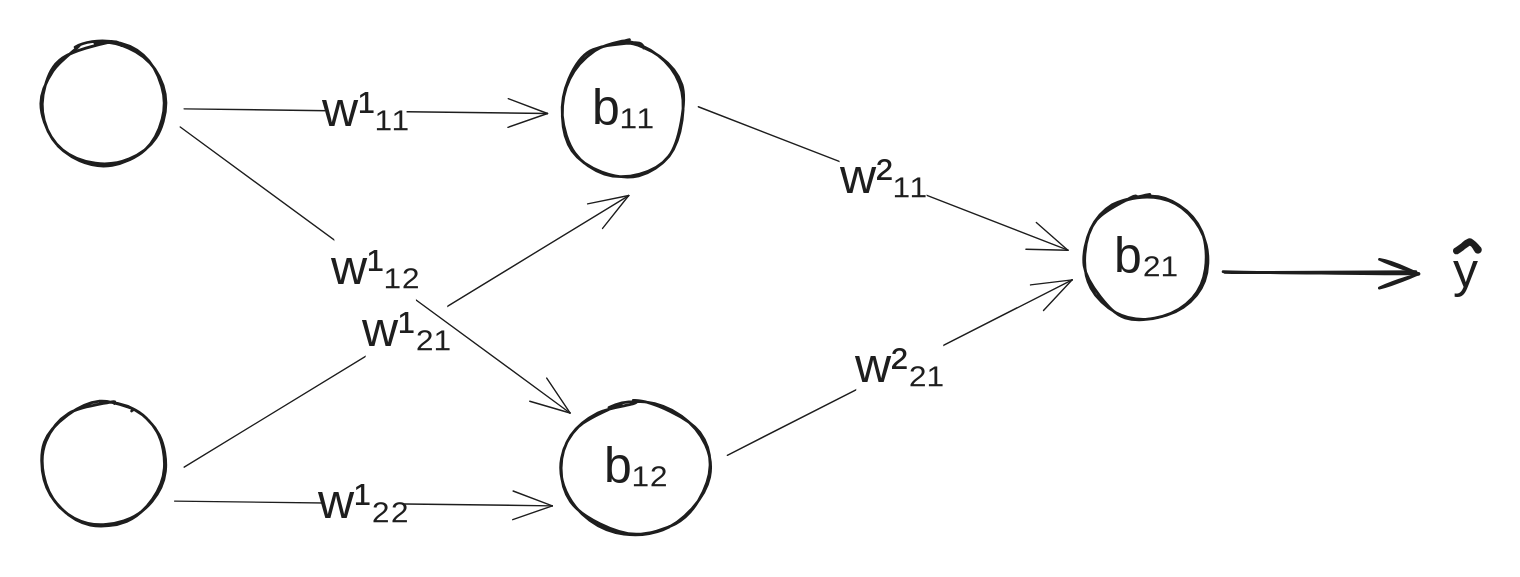
This is .gitbook/assets/file.excalidraw.svg from inclinedadarsh/deep-learning-notes, a Excalidraw export, as it was before one commit. Source tidied: one line per element, renumbered; positions are measured from the earlier drawing's top-left corner, leaving out a move shared by most shapes.
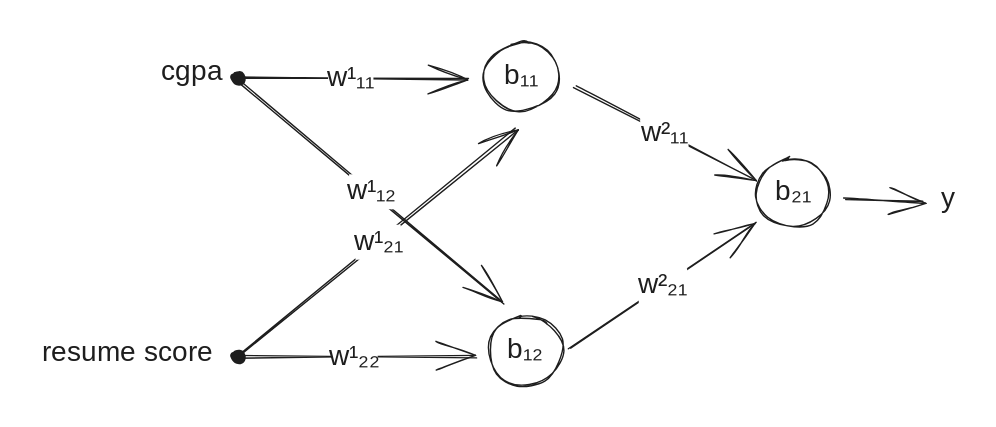
Above is the later version.

Change to the diagram source:
```diff
@@ -1,23 +1,24 @@
-{"id": 0, "type": "ellipse", "strokeColor": "#1e1e1e", "strokeWidth": 2, "roughness": 1, "round": true, "x": 0, "y": 0, "width": 88, "height": 88}
-{"id": 1, "type": "ellipse", "strokeColor": "#1e1e1e", "strokeWidth": 2, "roughness": 1, "round": true, "x": 0, "y": 257, "width": 88, "height": 88}
-{"id": 2, "type": "ellipse", "strokeColor": "#1e1e1e", "strokeWidth": 2, "roughness": 1, "round": true, "x": 371, "y": 0, "width": 88, "height": 96}
+{"id": 23, "type": "freedraw", "strokeColor": "#1e1e1e", "strokeWidth": 1, "roughness": 1, "x": -54, "y": -35, "width": 6, "height": 7, "points": [[0, 0], [0, 2], [1, 3], [2, 4], [3, 4], [5, 4], [6, 3], [6, 2], [6, 1], [6, -1], [6, -2], [5, -3], [4, -2], [0, 0]]}
+{"id": 24, "type": "freedraw", "strokeColor": "#1e1e1e", "strokeWidth": 1, "roughness": 1, "x": -54, "y": 164, "width": 6, "height": 7, "points": [[0, 0], [0, 2], [1, 3], [2, 4], [3, 4], [5, 4], [6, 3], [6, 2], [6, 1], [6, -1], [6, -2], [5, -3], [4, -2], [0, 0]]}
+{"id": 25, "type": "arrow", "strokeColor": "#1e1e1e", "strokeWidth": 1, "roughness": 1, "endArrowhead": "arrow", "round": true, "from": 35, "to": 27, "x": -54, "y": -34, "width": 167, "height": 1, "points": [[0, 0], [167, 1]]}
+{"id": 9, "type": "text", "text": "w¹₁₁", "strokeColor": "#1e1e1e", "strokeWidth": 1, "roughness": 1, "fontSize": 20, "fontFamily": 1, "textAlign": "center", "verticalAlign": "middle", "inside": 25, "x": 14, "y": -47, "width": 32, "height": 25}
+{"id": 26, "type": "arrow", "strokeColor": "#1e1e1e", "strokeWidth": 1, "roughness": 1, "endArrowhead": "arrow", "round": true, "from": 36, "to": 28, "x": -54, "y": 165, "width": 173, "height": 0, "points": [[0, 0], [173, 0]]}
+{"id": 15, "type": "text", "text": "w¹₂₂", "strokeColor": "#1e1e1e", "strokeWidth": 1, "roughness": 1, "fontSize": 20, "fontFamily": 1, "textAlign": "center", "verticalAlign": "middle", "inside": 26, "x": 17, "y": 152, "width": 32, "height": 25}
+{"id": 27, "type": "ellipse", "strokeColor": "#1e1e1e", "strokeWidth": 1, "roughness": 1, "round": true, "x": 125, "y": -60, "width": 53, "height": 49}
-{"id": 3, "type": "text", "text": "b₁₁", "strokeColor": "#1e1e1e", "strokeWidth": 2, "roughness": 1, "fontSize": 36, "fontFamily": 1, "textAlign": "center", "verticalAlign": "middle", "inside": 2, "x": 393, "y": 26, "width": 43, "height": 45}
+{"id": 3, "type": "text", "text": "b₁₁", "strokeColor": "#1e1e1e", "strokeWidth": 1, "roughness": 1, "fontSize": 20, "fontFamily": 1, "textAlign": "center", "verticalAlign": "middle", "inside": 27, "x": 140, "y": -48, "width": 24, "height": 25}
-{"id": 4, "type": "ellipse", "strokeColor": "#1e1e1e", "strokeWidth": 2, "roughness": 1, "round": true, "x": 371, "y": 257, "width": 106, "height": 94}
+{"id": 28, "type": "ellipse", "strokeColor": "#1e1e1e", "strokeWidth": 1, "roughness": 1, "round": true, "x": 128, "y": 136, "width": 53, "height": 49}
-{"id": 5, "type": "text", "text": "b₁₂", "strokeColor": "#1e1e1e", "strokeWidth": 2, "roughness": 1, "fontSize": 36, "fontFamily": 1, "textAlign": "center", "verticalAlign": "middle", "inside": 4, "x": 402, "y": 282, "width": 43, "height": 45}
+{"id": 5, "type": "text", "text": "b₁₂", "strokeColor": "#1e1e1e", "strokeWidth": 1, "roughness": 1, "fontSize": 20, "fontFamily": 1, "textAlign": "center", "verticalAlign": "middle", "inside": 28, "x": 143, "y": 148, "width": 24, "height": 25}
-{"id": 6, "type": "ellipse", "strokeColor": "#1e1e1e", "strokeWidth": 2, "roughness": 1, "round": true, "x": 745, "y": 110, "width": 88, "height": 88}
+{"id": 29, "type": "ellipse", "strokeColor": "#1e1e1e", "strokeWidth": 1, "roughness": 1, "round": true, "x": 319, "y": 23, "width": 53, "height": 49}
-{"id": 7, "type": "text", "text": "b₂₁", "strokeColor": "#1e1e1e", "strokeWidth": 2, "roughness": 1, "fontSize": 36, "fontFamily": 1, "textAlign": "center", "verticalAlign": "middle", "inside": 6, "x": 767, "y": 132, "width": 43, "height": 45}
+{"id": 7, "type": "text", "text": "b₂₁", "strokeColor": "#1e1e1e", "strokeWidth": 1, "roughness": 1, "fontSize": 20, "fontFamily": 1, "textAlign": "center", "verticalAlign": "middle", "inside": 29, "x": 334, "y": 35, "width": 24, "height": 25}
-{"id": 8, "type": "arrow", "strokeColor": "#1e1e1e", "strokeWidth": 1, "roughness": 0, "endArrowhead": "arrow", "round": true, "from": 0, "to": 2, "x": 102, "y": 48, "width": 260, "height": 3, "points": [[0, 0], [260, 3]]}
-{"id": 9, "type": "text", "text": "w¹₁₁", "strokeColor": "#1e1e1e", "strokeWidth": 2, "roughness": 1, "fontSize": 36, "fontFamily": 1, "textAlign": "center", "verticalAlign": "middle", "inside": 8, "x": 202, "y": 27, "width": 58, "height": 45}
-{"id": 10, "type": "arrow", "strokeColor": "#1e1e1e", "strokeWidth": 1, "roughness": 0, "endArrowhead": "arrow", "round": true, "from": 1, "to": 2, "x": 102, "y": 304, "width": 318, "height": 194, "points": [[0, 0], [318, -194]]}
+{"id": 30, "type": "arrow", "strokeColor": "#1e1e1e", "strokeWidth": 1, "roughness": 1, "endArrowhead": "arrow", "round": true, "from": 27, "to": 29, "x": 189, "y": -27, "width": 129, "height": 65, "points": [[0, 0], [129, 65]]}
+{"id": 17, "type": "text", "text": "w²₁₁", "strokeColor": "#1e1e1e", "strokeWidth": 1, "roughness": 1, "fontSize": 20, "fontFamily": 1, "textAlign": "center", "verticalAlign": "middle", "inside": 30, "x": 237, "y": -7, "width": 35, "height": 25}
+{"id": 31, "type": "arrow", "strokeColor": "#1e1e1e", "strokeWidth": 1, "roughness": 1, "endArrowhead": "arrow", "round": true, "from": 28, "to": 29, "x": 186, "y": 158, "width": 133, "height": 88, "points": [[0, 0], [133, -88]]}
+{"id": 19, "type": "text", "text": "w²₂₁", "strokeColor": "#1e1e1e", "strokeWidth": 1, "roughness": 1, "fontSize": 20, "fontFamily": 1, "textAlign": "center", "verticalAlign": "middle", "inside": 31, "x": 236, "y": 101, "width": 35, "height": 25}
+{"id": 32, "type": "arrow", "strokeColor": "#1e1e1e", "strokeWidth": 1, "roughness": 1, "endArrowhead": "arrow", "round": true, "from": 29, "to": 21, "x": 383, "y": 52, "width": 56, "height": 1, "points": [[0, 0], [56, 1]]}
+{"id": 33, "type": "arrow", "strokeColor": "#1e1e1e", "strokeWidth": 1, "roughness": 1, "endArrowhead": "arrow", "round": true, "from": 36, "to": 27, "x": -50, "y": 164, "width": 198, "height": 162, "points": [[0, 0], [198, -162]]}
-{"id": 11, "type": "text", "text": "w¹₂₁", "strokeColor": "#1e1e1e", "strokeWidth": 2, "roughness": 1, "fontSize": 36, "fontFamily": 1, "textAlign": "center", "verticalAlign": "middle", "inside": 10, "x": 231, "y": 184, "width": 58, "height": 45}
+{"id": 11, "type": "text", "text": "w¹₂₁", "strokeColor": "#1e1e1e", "strokeWidth": 1, "roughness": 1, "fontSize": 20, "fontFamily": 1, "textAlign": "center", "verticalAlign": "middle", "inside": 33, "x": 33, "y": 70, "width": 32, "height": 25}
-{"id": 12, "type": "arrow", "strokeColor": "#1e1e1e", "strokeWidth": 1, "roughness": 0, "endArrowhead": "arrow", "round": true, "from": 0, "to": 4, "x": 99, "y": 61, "width": 278, "height": 204, "points": [[0, 0], [278, 204]]}
+{"id": 34, "type": "arrow", "strokeColor": "#1e1e1e", "strokeWidth": 1, "roughness": 1, "endArrowhead": "arrow", "round": true, "from": 35, "to": 28, "x": -50, "y": -32, "width": 189, "height": 158, "points": [[0, 0], [189, 158]]}
-{"id": 13, "type": "text", "text": "w¹₁₂", "strokeColor": "#1e1e1e", "strokeWidth": 2, "roughness": 1, "fontSize": 36, "fontFamily": 1, "textAlign": "center", "verticalAlign": "middle", "inside": 12, "x": 209, "y": 140, "width": 58, "height": 45}
+{"id": 13, "type": "text", "text": "w¹₁₂", "strokeColor": "#1e1e1e", "strokeWidth": 1, "roughness": 1, "fontSize": 20, "fontFamily": 1, "textAlign": "center", "verticalAlign": "middle", "inside": 34, "x": 29, "y": 34, "width": 32, "height": 25}
-{"id": 14, "type": "arrow", "strokeColor": "#1e1e1e", "strokeWidth": 1, "roughness": 0, "endArrowhead": "arrow", "round": true, "from": 1, "to": 4, "x": 95, "y": 328, "width": 270, "height": 3, "points": [[0, 0], [270, 3]]}
-{"id": 15, "type": "text", "text": "w¹₂₂", "strokeColor": "#1e1e1e", "strokeWidth": 2, "roughness": 1, "fontSize": 36, "fontFamily": 1, "textAlign": "center", "verticalAlign": "middle", "inside": 14, "x": 201, "y": 307, "width": 58, "height": 45}
-{"id": 16, "type": "arrow", "strokeColor": "#1e1e1e", "strokeWidth": 1, "roughness": 0, "endArrowhead": "arrow", "round": true, "from": 2, "to": 6, "x": 469, "y": 46, "width": 264, "height": 102, "points": [[0, 0], [264, 102]]}
-{"id": 17, "type": "text", "text": "w²₁₁", "strokeColor": "#1e1e1e", "strokeWidth": 2, "roughness": 1, "fontSize": 36, "fontFamily": 1, "textAlign": "center", "verticalAlign": "middle", "inside": 16, "x": 570, "y": 75, "width": 62, "height": 45}
-{"id": 18, "type": "arrow", "strokeColor": "#1e1e1e", "strokeWidth": 1, "roughness": 0, "endArrowhead": "arrow", "round": true, "from": 4, "to": 6, "x": 490, "y": 295, "width": 246, "height": 125, "points": [[0, 0], [246, -125]]}
-{"id": 19, "type": "text", "text": "w²₂₁", "strokeColor": "#1e1e1e", "strokeWidth": 2, "roughness": 1, "fontSize": 36, "fontFamily": 1, "textAlign": "center", "verticalAlign": "middle", "inside": 18, "x": 582, "y": 210, "width": 62, "height": 45}
-{"id": 20, "type": "arrow", "strokeColor": "#1e1e1e", "strokeWidth": 2, "roughness": 1, "endArrowhead": "arrow", "round": true, "from": 6, "x": 844, "y": 164, "width": 139, "height": 0, "points": [[0, 0], [139, 0]]}
-{"id": 21, "type": "text", "text": "y", "strokeColor": "#1e1e1e", "strokeWidth": 2, "roughness": 1, "fontSize": 36, "fontFamily": 1, "x": 1008, "y": 143, "width": 17, "height": 45}
+{"id": 21, "type": "text", "text": "y", "strokeColor": "#1e1e1e", "strokeWidth": 1, "roughness": 1, "fontSize": 20, "fontFamily": 1, "x": 451, "y": 40, "width": 9, "height": 25}
-{"id": 22, "type": "freedraw", "strokeColor": "#1e1e1e", "strokeWidth": 1, "roughness": 1, "x": 1011, "y": 253, "width": 15, "height": 7, "points": [[0, -104], [1, -104], [2, -105], [5, -107], [6, -108], [8, -109], [10, -111], [10, -111], [10, -111], [11, -110], [13, -107], [14, -105], [15, -105], [15, -104], [15, -104], [15, -104], [15, -104]]}
+{"id": 35, "type": "text", "text": "cgpa", "strokeColor": "#1e1e1e", "strokeWidth": 1, "roughness": 1, "fontSize": 20, "fontFamily": 1, "x": -106, "y": -51, "width": 43, "height": 25}
+{"id": 36, "type": "text", "text": "resume score", "strokeColor": "#1e1e1e", "strokeWidth": 1, "roughness": 1, "fontSize": 20, "fontFamily": 1, "x": -191, "y": 150, "width": 127, "height": 25}
```
